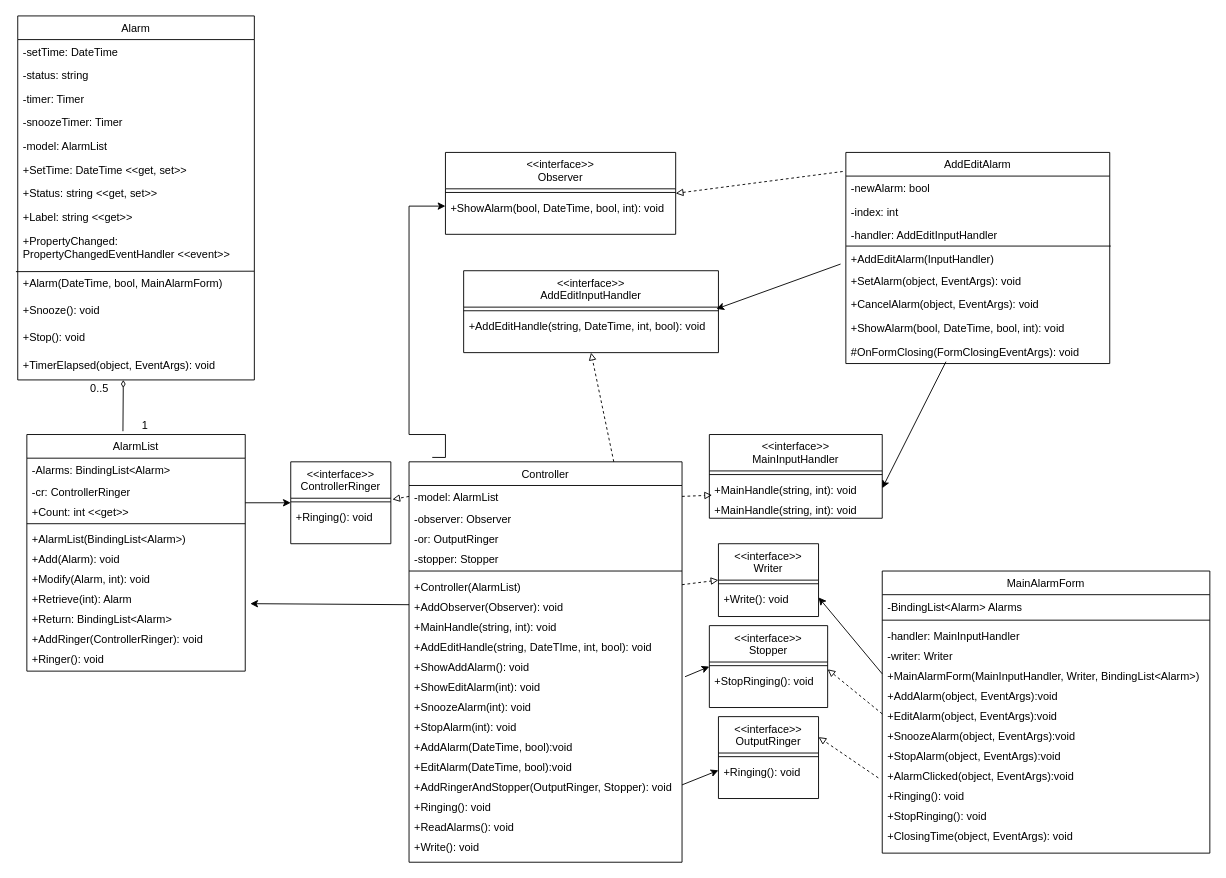
Earlier version of the draw.io diagram Alarm501-CD-P2.drawio (ZacheryHazen/test). Source tidied: cells renumbered, new cells numbered last; positions are measured from the earlier drawing's top-left corner, leaving out a move shared by most shapes. Both pictures are drawn from the tidied source at 91%, with x=0, y=0 at pixel (15, 15).
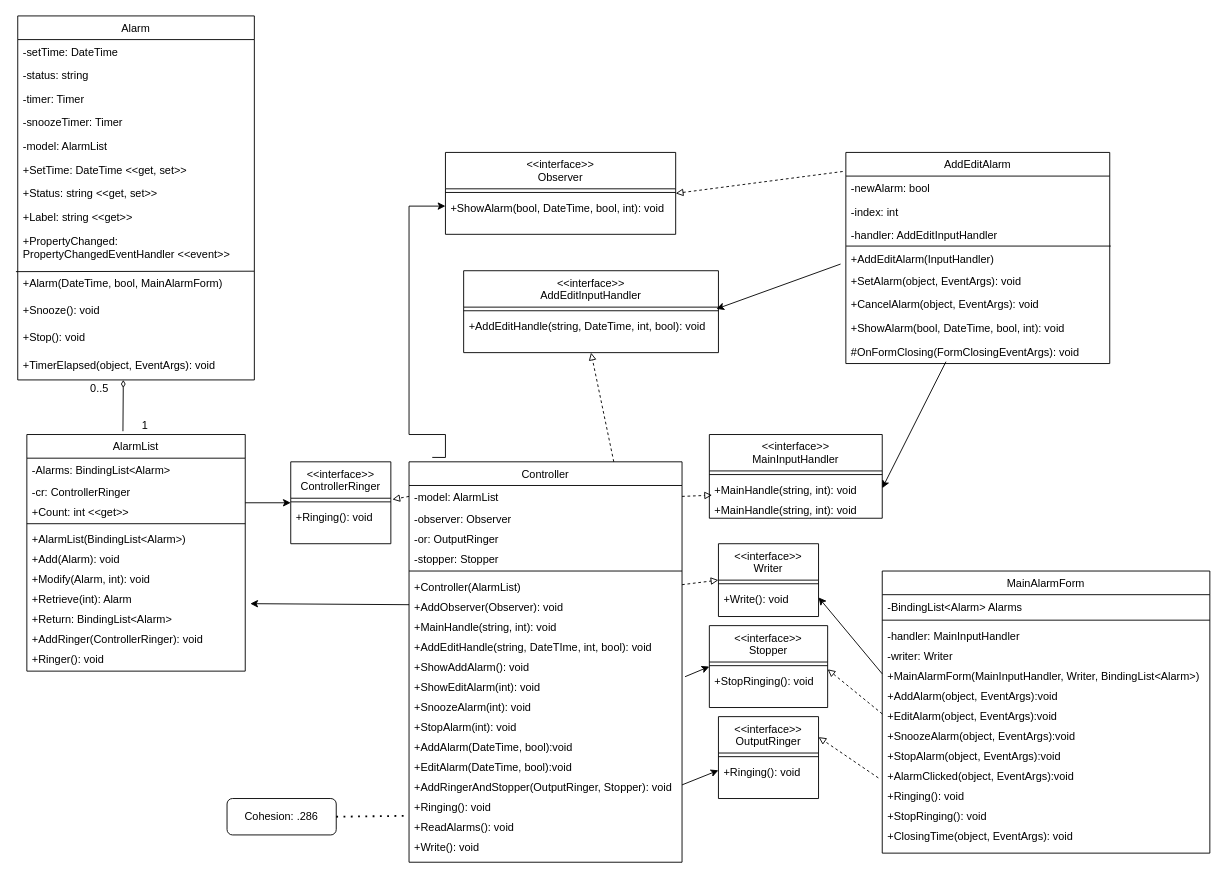
After the change.

Unchanged cells that the change refers to:
```xml
<mxCell id="59" value="+ReadAlarms(): void" style="text;align=left;verticalAlign=top;spacingLeft=4;spacingRight=4;overflow=hidden;points=[[0,0.5],[1,0.5]];portConstraint=eastwest;" parent="41" vertex="1">
  <mxGeometry y="388" width="300" height="22" as="geometry" />
</mxCell>
```

The edit, as a diff of the source:
```diff
@@
+    <mxCell id="113" value="Cohesion: .286" style="rounded=1;whiteSpace=wrap;html=1;" parent="1" vertex="1">
+      <mxGeometry x="232" y="860" width="120" height="40" as="geometry" />
+    </mxCell>
+    <mxCell id="114" style="endArrow=none;dashed=1;html=1;dashPattern=1 3;strokeWidth=2;exitX=1;exitY=0.5;exitDx=0;exitDy=0;entryX=-0.007;entryY=0.045;entryDx=0;entryDy=0;entryPerimeter=0;" parent="1" edge="1" source="113" target="59">
+      <mxGeometry relative="1" as="geometry" />
+    </mxCell>
```
